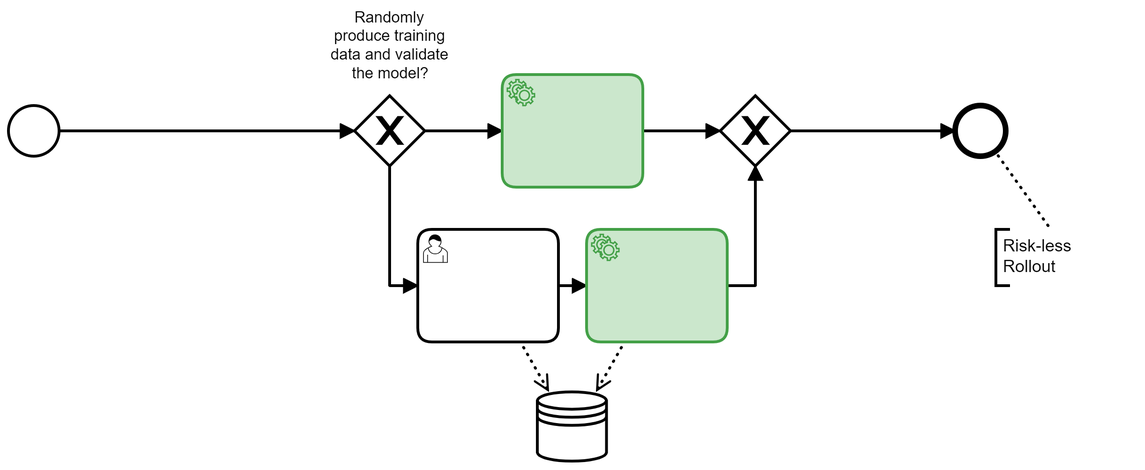
Above: models/drift-detection.png in viadee/bpmn.ai-patterns (BPMN), before the change. Its source is kept beside it as models/drift-detection.bpmn. Ids are renumbered. Its diagram source:
```xml
<bpmn:definitions xmlns:bpmn="http://www.omg.org/spec/BPMN/20100524/MODEL" xmlns:bpmndi="http://www.omg.org/spec/BPMN/20100524/DI" xmlns:dc="http://www.omg.org/spec/DD/20100524/DC" xmlns:di="http://www.omg.org/spec/DD/20100524/DI" xmlns:bioc="http://bpmn.io/schema/bpmn/biocolor/1.0" id="Definitions_n1" targetNamespace="http://bpmn.io/schema/bpmn" exporter="Camunda Modeler" exporterVersion="4.1.1">
  <bpmn:process id="Process_n2" isExecutable="true">
    <bpmn:startEvent id="Event_n3">
      <bpmn:outgoing>Flow_n4</bpmn:outgoing>
    </bpmn:startEvent>
    <bpmn:endEvent id="Event_n5">
      <bpmn:incoming>Flow_n6</bpmn:incoming>
    </bpmn:endEvent>
    <bpmn:exclusiveGateway id="Gateway_n7" name="Randomly produce training data and validate the model?">
      <bpmn:incoming>Flow_n4</bpmn:incoming>
      <bpmn:outgoing>Flow_n8</bpmn:outgoing>
      <bpmn:outgoing>Flow_n9</bpmn:outgoing>
    </bpmn:exclusiveGateway>
    <bpmn:exclusiveGateway id="Gateway_n10">
      <bpmn:incoming>Flow_n11</bpmn:incoming>
      <bpmn:incoming>Flow_n12</bpmn:incoming>
      <bpmn:outgoing>Flow_n6</bpmn:outgoing>
    </bpmn:exclusiveGateway>
    <bpmn:userTask id="Activity_n13">
      <bpmn:incoming>Flow_n9</bpmn:incoming>
      <bpmn:outgoing>Flow_n14</bpmn:outgoing>
      <bpmn:dataOutputAssociation id="DataOutputAssociation_n15">
        <bpmn:targetRef>DataStoreReference_n16</bpmn:targetRef>
      </bpmn:dataOutputAssociation>
    </bpmn:userTask>
    <bpmn:serviceTask id="Activity_n17">
      <bpmn:incoming>Flow_n8</bpmn:incoming>
      <bpmn:outgoing>Flow_n11</bpmn:outgoing>
    </bpmn:serviceTask>
    <bpmn:serviceTask id="Activity_n18">
      <bpmn:incoming>Flow_n14</bpmn:incoming>
      <bpmn:outgoing>Flow_n12</bpmn:outgoing>
      <bpmn:dataOutputAssociation id="DataOutputAssociation_n19">
        <bpmn:targetRef>DataStoreReference_n16</bpmn:targetRef>
      </bpmn:dataOutputAssociation>
    </bpmn:serviceTask>
    <bpmn:dataStoreReference id="DataStoreReference_n16" />
    <bpmn:sequenceFlow id="Flow_n4" sourceRef="Event_n3" targetRef="Gateway_n7" />
    <bpmn:sequenceFlow id="Flow_n6" sourceRef="Gateway_n10" targetRef="Event_n5" />
    <bpmn:sequenceFlow id="Flow_n8" sourceRef="Gateway_n7" targetRef="Activity_n17" />
    <bpmn:sequenceFlow id="Flow_n9" sourceRef="Gateway_n7" targetRef="Activity_n13" />
    <bpmn:sequenceFlow id="Flow_n11" sourceRef="Activity_n17" targetRef="Gateway_n10" />
    <bpmn:sequenceFlow id="Flow_n12" sourceRef="Activity_n18" targetRef="Gateway_n10" />
    <bpmn:sequenceFlow id="Flow_n14" sourceRef="Activity_n13" targetRef="Activity_n18" />
    <bpmn:textAnnotation id="TextAnnotation_n20">
      <bpmn:text>Risk-less Rollout</bpmn:text>
    </bpmn:textAnnotation>
    <bpmn:association id="Association_n21" sourceRef="Event_n5" targetRef="TextAnnotation_n20" />
  </bpmn:process>
  <bpmndi:BPMNDiagram id="BPMNDiagram_1">
    <bpmndi:BPMNPlane id="BPMNPlane_1" bpmnElement="Process_n2">
      <bpmndi:BPMNShape id="TextAnnotation_n20_di" bpmnElement="TextAnnotation_n20">
        <dc:Bounds x="874" y="240" width="100" height="40" />
      </bpmndi:BPMNShape>
      <bpmndi:BPMNEdge id="Flow_n4_di" bpmnElement="Flow_n4">
        <di:waypoint x="208" y="170" />
        <di:waypoint x="418" y="170" />
      </bpmndi:BPMNEdge>
      <bpmndi:BPMNEdge id="Flow_n6_di" bpmnElement="Flow_n6">
        <di:waypoint x="728" y="170" />
        <di:waypoint x="845" y="170" />
      </bpmndi:BPMNEdge>
      <bpmndi:BPMNEdge id="Flow_n8_di" bpmnElement="Flow_n8">
        <di:waypoint x="468" y="170" />
        <di:waypoint x="523" y="170" />
      </bpmndi:BPMNEdge>
      <bpmndi:BPMNEdge id="Flow_n9_di" bpmnElement="Flow_n9">
        <di:waypoint x="443" y="195" />
        <di:waypoint x="443" y="280" />
        <di:waypoint x="463" y="280" />
      </bpmndi:BPMNEdge>
      <bpmndi:BPMNEdge id="Flow_n11_di" bpmnElement="Flow_n11">
        <di:waypoint x="623" y="170" />
        <di:waypoint x="678" y="170" />
      </bpmndi:BPMNEdge>
      <bpmndi:BPMNEdge id="Flow_n12_di" bpmnElement="Flow_n12">
        <di:waypoint x="683" y="280" />
        <di:waypoint x="703" y="280" />
        <di:waypoint x="703" y="195" />
      </bpmndi:BPMNEdge>
      <bpmndi:BPMNEdge id="Flow_n14_di" bpmnElement="Flow_n14">
        <di:waypoint x="563" y="280" />
        <di:waypoint x="583" y="280" />
      </bpmndi:BPMNEdge>
      <bpmndi:BPMNShape id="Event_n3_di" bpmnElement="Event_n3">
        <dc:Bounds x="172" y="152" width="36" height="36" />
      </bpmndi:BPMNShape>
      <bpmndi:BPMNShape id="Event_n5_di" bpmnElement="Event_n5">
        <dc:Bounds x="845" y="152" width="36" height="36" />
      </bpmndi:BPMNShape>
      <bpmndi:BPMNShape id="Gateway_n7_di" bpmnElement="Gateway_n7" isMarkerVisible="true">
        <dc:Bounds x="418" y="145" width="50" height="50" />
        <bpmndi:BPMNLabel>
          <dc:Bounds x="401" y="83" width="84" height="53" />
        </bpmndi:BPMNLabel>
      </bpmndi:BPMNShape>
      <bpmndi:BPMNShape id="Gateway_n10_di" bpmnElement="Gateway_n10" isMarkerVisible="true">
        <dc:Bounds x="678" y="145" width="50" height="50" />
      </bpmndi:BPMNShape>
      <bpmndi:BPMNShape id="Activity_n13_di" bpmnElement="Activity_n13">
        <dc:Bounds x="463" y="240" width="100" height="80" />
      </bpmndi:BPMNShape>
      <bpmndi:BPMNShape id="Activity_n17_di" bpmnElement="Activity_n17" bioc:stroke="rgb(67, 160, 71)" bioc:fill="rgb(200, 230, 201)">
        <dc:Bounds x="523" y="130" width="100" height="80" />
      </bpmndi:BPMNShape>
      <bpmndi:BPMNShape id="Activity_n18_di" bpmnElement="Activity_n18" bioc:stroke="rgb(67, 160, 71)" bioc:fill="rgb(200, 230, 201)">
        <dc:Bounds x="583" y="240" width="100" height="80" />
      </bpmndi:BPMNShape>
      <bpmndi:BPMNShape id="DataStoreReference_n16_di" bpmnElement="DataStoreReference_n16">
        <dc:Bounds x="548" y="355" width="50" height="50" />
      </bpmndi:BPMNShape>
      <bpmndi:BPMNEdge id="Association_n21_di" bpmnElement="Association_n21">
        <di:waypoint x="873" y="184" />
        <di:waypoint x="913" y="240" />
      </bpmndi:BPMNEdge>
      <bpmndi:BPMNEdge id="DataOutputAssociation_n15_di" bpmnElement="DataOutputAssociation_n15">
        <di:waypoint x="536" y="320" />
        <di:waypoint x="556" y="355" />
      </bpmndi:BPMNEdge>
      <bpmndi:BPMNEdge id="DataOutputAssociation_n19_di" bpmnElement="DataOutputAssociation_n19">
        <di:waypoint x="610" y="320" />
        <di:waypoint x="590" y="355" />
      </bpmndi:BPMNEdge>
    </bpmndi:BPMNPlane>
  </bpmndi:BPMNDiagram>
</bpmn:definitions>
```
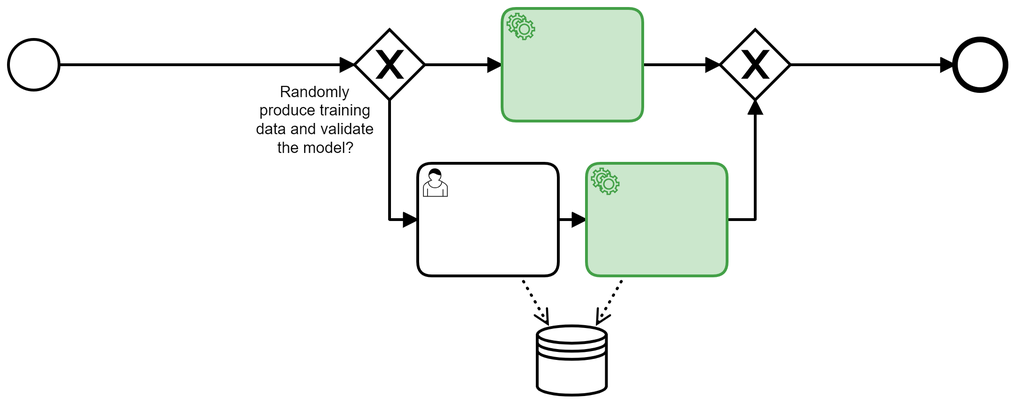
The same file after the commit.

Diff of the diagram source:
```diff
@@ -42,84 +42,73 @@
     <bpmn:sequenceFlow id="Flow_n11" sourceRef="Activity_n17" targetRef="Gateway_n10" />
     <bpmn:sequenceFlow id="Flow_n12" sourceRef="Activity_n18" targetRef="Gateway_n10" />
     <bpmn:sequenceFlow id="Flow_n14" sourceRef="Activity_n13" targetRef="Activity_n18" />
-    <bpmn:textAnnotation id="TextAnnotation_n20">
-      <bpmn:text>Risk-less Rollout</bpmn:text>
-    </bpmn:textAnnotation>
-    <bpmn:association id="Association_n21" sourceRef="Event_n5" targetRef="TextAnnotation_n20" />
   </bpmn:process>
   <bpmndi:BPMNDiagram id="BPMNDiagram_1">
     <bpmndi:BPMNPlane id="BPMNPlane_1" bpmnElement="Process_n2">
-      <bpmndi:BPMNShape id="TextAnnotation_n20_di" bpmnElement="TextAnnotation_n20">
-        <dc:Bounds x="874" y="240" width="100" height="40" />
-      </bpmndi:BPMNShape>
-      <bpmndi:BPMNEdge id="Flow_n4_di" bpmnElement="Flow_n4">
-        <di:waypoint x="208" y="170" />
-        <di:waypoint x="418" y="170" />
+      <bpmndi:BPMNEdge id="Flow_n14_di" bpmnElement="Flow_n14">
+        <di:waypoint x="563" y="230" />
+        <di:waypoint x="583" y="230" />
+      </bpmndi:BPMNEdge>
+      <bpmndi:BPMNEdge id="Flow_n12_di" bpmnElement="Flow_n12">
+        <di:waypoint x="683" y="230" />
+        <di:waypoint x="703" y="230" />
+        <di:waypoint x="703" y="145" />
+      </bpmndi:BPMNEdge>
+      <bpmndi:BPMNEdge id="Flow_n11_di" bpmnElement="Flow_n11">
+        <di:waypoint x="623" y="120" />
+        <di:waypoint x="678" y="120" />
+      </bpmndi:BPMNEdge>
+      <bpmndi:BPMNEdge id="Flow_n9_di" bpmnElement="Flow_n9">
+        <di:waypoint x="443" y="145" />
+        <di:waypoint x="443" y="230" />
+        <di:waypoint x="463" y="230" />
+      </bpmndi:BPMNEdge>
+      <bpmndi:BPMNEdge id="Flow_n8_di" bpmnElement="Flow_n8">
+        <di:waypoint x="468" y="120" />
+        <di:waypoint x="523" y="120" />
       </bpmndi:BPMNEdge>
       <bpmndi:BPMNEdge id="Flow_n6_di" bpmnElement="Flow_n6">
-        <di:waypoint x="728" y="170" />
-        <di:waypoint x="845" y="170" />
+        <di:waypoint x="728" y="120" />
+        <di:waypoint x="845" y="120" />
       </bpmndi:BPMNEdge>
-      <bpmndi:BPMNEdge id="Flow_n8_di" bpmnElement="Flow_n8">
-        <di:waypoint x="468" y="170" />
-        <di:waypoint x="523" y="170" />
-      </bpmndi:BPMNEdge>
-      <bpmndi:BPMNEdge id="Flow_n9_di" bpmnElement="Flow_n9">
-        <di:waypoint x="443" y="195" />
-        <di:waypoint x="443" y="280" />
-        <di:waypoint x="463" y="280" />
-      </bpmndi:BPMNEdge>
-      <bpmndi:BPMNEdge id="Flow_n11_di" bpmnElement="Flow_n11">
-        <di:waypoint x="623" y="170" />
-        <di:waypoint x="678" y="170" />
-      </bpmndi:BPMNEdge>
-      <bpmndi:BPMNEdge id="Flow_n12_di" bpmnElement="Flow_n12">
-        <di:waypoint x="683" y="280" />
-        <di:waypoint x="703" y="280" />
-        <di:waypoint x="703" y="195" />
-      </bpmndi:BPMNEdge>
-      <bpmndi:BPMNEdge id="Flow_n14_di" bpmnElement="Flow_n14">
-        <di:waypoint x="563" y="280" />
-        <di:waypoint x="583" y="280" />
+      <bpmndi:BPMNEdge id="Flow_n4_di" bpmnElement="Flow_n4">
+        <di:waypoint x="208" y="120" />
+        <di:waypoint x="418" y="120" />
       </bpmndi:BPMNEdge>
       <bpmndi:BPMNShape id="Event_n3_di" bpmnElement="Event_n3">
-        <dc:Bounds x="172" y="152" width="36" height="36" />
+        <dc:Bounds x="172" y="102" width="36" height="36" />
       </bpmndi:BPMNShape>
       <bpmndi:BPMNShape id="Event_n5_di" bpmnElement="Event_n5">
-        <dc:Bounds x="845" y="152" width="36" height="36" />
+        <dc:Bounds x="845" y="102" width="36" height="36" />
       </bpmndi:BPMNShape>
       <bpmndi:BPMNShape id="Gateway_n7_di" bpmnElement="Gateway_n7" isMarkerVisible="true">
-        <dc:Bounds x="418" y="145" width="50" height="50" />
+        <dc:Bounds x="418" y="95" width="50" height="50" />
         <bpmndi:BPMNLabel>
-          <dc:Bounds x="401" y="83" width="84" height="53" />
+          <dc:Bounds x="348" y="133" width="84" height="53" />
         </bpmndi:BPMNLabel>
       </bpmndi:BPMNShape>
       <bpmndi:BPMNShape id="Gateway_n10_di" bpmnElement="Gateway_n10" isMarkerVisible="true">
-        <dc:Bounds x="678" y="145" width="50" height="50" />
+        <dc:Bounds x="678" y="95" width="50" height="50" />
       </bpmndi:BPMNShape>
       <bpmndi:BPMNShape id="Activity_n13_di" bpmnElement="Activity_n13">
-        <dc:Bounds x="463" y="240" width="100" height="80" />
+        <dc:Bounds x="463" y="190" width="100" height="80" />
       </bpmndi:BPMNShape>
       <bpmndi:BPMNShape id="Activity_n17_di" bpmnElement="Activity_n17" bioc:stroke="rgb(67, 160, 71)" bioc:fill="rgb(200, 230, 201)">
-        <dc:Bounds x="523" y="130" width="100" height="80" />
+        <dc:Bounds x="523" y="80" width="100" height="80" />
       </bpmndi:BPMNShape>
       <bpmndi:BPMNShape id="Activity_n18_di" bpmnElement="Activity_n18" bioc:stroke="rgb(67, 160, 71)" bioc:fill="rgb(200, 230, 201)">
-        <dc:Bounds x="583" y="240" width="100" height="80" />
+        <dc:Bounds x="583" y="190" width="100" height="80" />
       </bpmndi:BPMNShape>
       <bpmndi:BPMNShape id="DataStoreReference_n16_di" bpmnElement="DataStoreReference_n16">
-        <dc:Bounds x="548" y="355" width="50" height="50" />
+        <dc:Bounds x="548" y="305" width="50" height="50" />
       </bpmndi:BPMNShape>
-      <bpmndi:BPMNEdge id="Association_n21_di" bpmnElement="Association_n21">
-        <di:waypoint x="873" y="184" />
-        <di:waypoint x="913" y="240" />
-      </bpmndi:BPMNEdge>
       <bpmndi:BPMNEdge id="DataOutputAssociation_n15_di" bpmnElement="DataOutputAssociation_n15">
-        <di:waypoint x="536" y="320" />
-        <di:waypoint x="556" y="355" />
+        <di:waypoint x="536" y="270" />
+        <di:waypoint x="556" y="305" />
       </bpmndi:BPMNEdge>
       <bpmndi:BPMNEdge id="DataOutputAssociation_n19_di" bpmnElement="DataOutputAssociation_n19">
-        <di:waypoint x="610" y="320" />
-        <di:waypoint x="590" y="355" />
+        <di:waypoint x="610" y="270" />
+        <di:waypoint x="590" y="305" />
       </bpmndi:BPMNEdge>
     </bpmndi:BPMNPlane>
   </bpmndi:BPMNDiagram>
```
